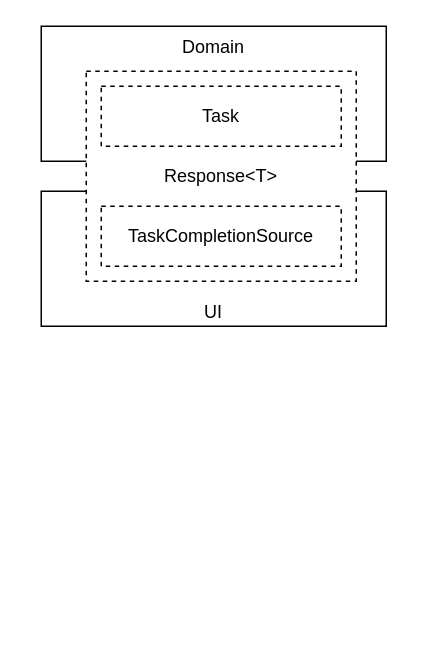
Above: page "component.request-sink" (3 of 3) of docs/diagrams/munchkin.drawio in walking-down-the-silence/munchkin (draw.io), before the change. Source tidied: cells renumbered, new cells numbered last; positions are measured from the earlier drawing's top-left corner, leaving out a move shared by most shapes. Both pictures are drawn from the tidied source at 150%, with x=0, y=0 at pixel (40, 26).
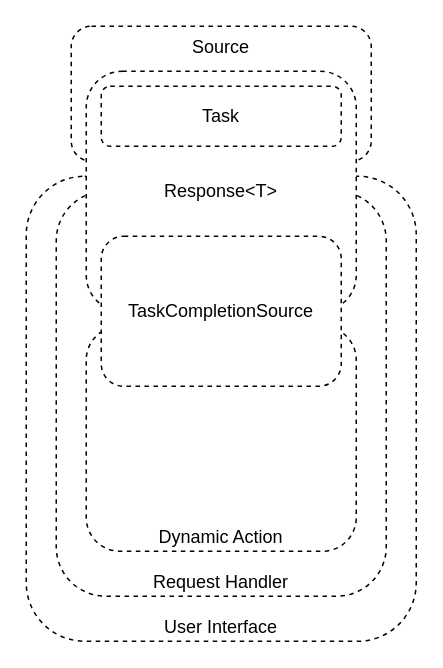
Above is the later version.

The edit, as a diff of the source:
```diff
@@
 <mxGraphModel>
   <root>
     <mxCell id="0" />
     <mxCell id="1" parent="0" />
+    <mxCell id="7" value="User Interface" style="rounded=1;whiteSpace=wrap;html=1;verticalAlign=bottom;dashed=1;" parent="1" vertex="1">
+      <mxGeometry x="-10" y="100" width="260" height="310" as="geometry" />
+    </mxCell>
-    <mxCell id="2" value="Domain" style="rounded=0;whiteSpace=wrap;html=1;verticalAlign=top;" parent="1" vertex="1">
-      <mxGeometry width="230" height="90" as="geometry" />
+    <mxCell id="2" value="Source" style="rounded=1;whiteSpace=wrap;html=1;verticalAlign=top;dashed=1;" parent="1" vertex="1">
+      <mxGeometry x="20" width="200" height="90" as="geometry" />
     </mxCell>
-    <mxCell id="3" value="UI" style="rounded=0;whiteSpace=wrap;html=1;verticalAlign=bottom;" parent="1" vertex="1">
-      <mxGeometry y="110" width="230" height="90" as="geometry" />
+    <mxCell id="3" value="Request Handler" style="rounded=1;whiteSpace=wrap;html=1;verticalAlign=bottom;dashed=1;" parent="1" vertex="1">
+      <mxGeometry x="10" y="110" width="220" height="270" as="geometry" />
     </mxCell>
-    <mxCell id="4" value="Response&amp;lt;T&amp;gt;" style="rounded=0;whiteSpace=wrap;html=1;dashed=1;verticalAlign=middle;" parent="1" vertex="1">
-      <mxGeometry x="30" y="30" width="180" height="140" as="geometry" />
+    <mxCell id="4" value="Response&amp;lt;T&amp;gt;" style="rounded=1;whiteSpace=wrap;html=1;dashed=1;verticalAlign=middle;" parent="1" vertex="1">
+      <mxGeometry x="30" y="30" width="180" height="160" as="geometry" />
     </mxCell>
+    <mxCell id="6" value="Task" style="rounded=1;whiteSpace=wrap;html=1;dashed=1;verticalAlign=middle;" parent="1" vertex="1">
+      <mxGeometry x="40" y="40" width="160" height="40" as="geometry" />
+    </mxCell>
+    <mxCell id="8" value="Dynamic Action" style="rounded=1;whiteSpace=wrap;html=1;verticalAlign=bottom;dashed=1;" parent="1" vertex="1">
+      <mxGeometry x="30" y="200" width="180" height="150" as="geometry" />
+    </mxCell>
-    <mxCell id="5" value="TaskCompletionSource" style="rounded=0;whiteSpace=wrap;html=1;dashed=1;verticalAlign=middle;" parent="1" vertex="1">
-      <mxGeometry x="40" y="120" width="160" height="40" as="geometry" />
+    <mxCell id="5" value="TaskCompletionSource" style="rounded=1;whiteSpace=wrap;html=1;dashed=1;verticalAlign=middle;" parent="1" vertex="1">
+      <mxGeometry x="40" y="140" width="160" height="100" as="geometry" />
     </mxCell>
-    <mxCell id="6" value="Task" style="rounded=0;whiteSpace=wrap;html=1;dashed=1;verticalAlign=middle;" parent="1" vertex="1">
-      <mxGeometry x="40" y="40" width="160" height="40" as="geometry" />
-    </mxCell>
   </root>
 </mxGraphModel>
```
